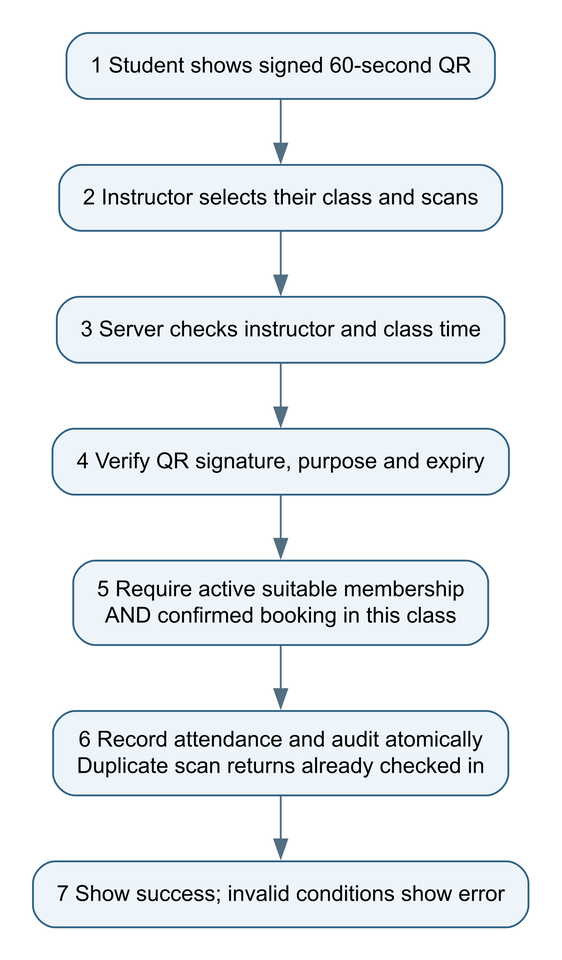
The Graphviz diagram docs/diagrams/07-gate-sequence.png in 3latw/GymPassJUST, before a commit. Its source is kept beside it as docs/diagrams/07-gate-sequence.dot.
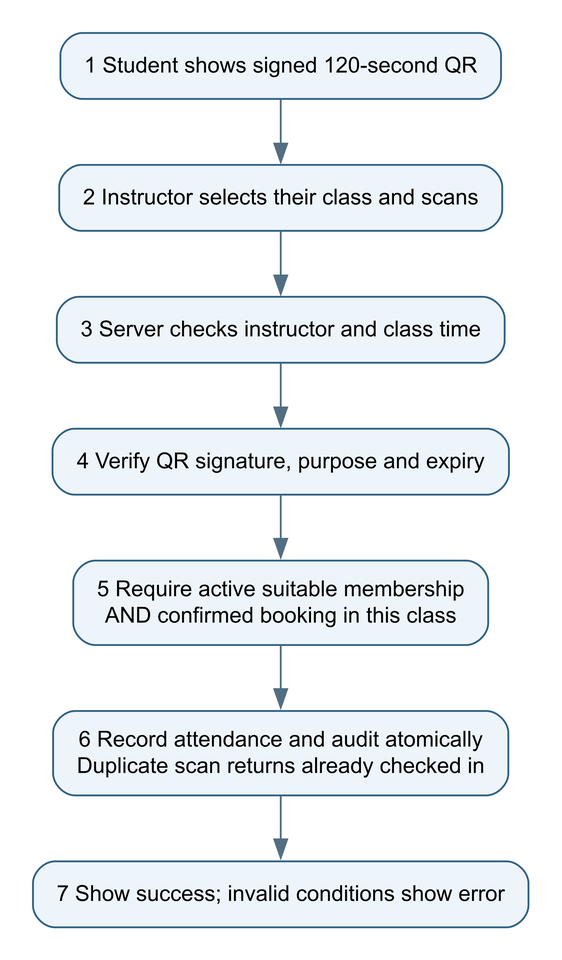
After the change.

What changed in the source:
```diff
@@ -1,3 +1,3 @@
-digraph G {rankdir=TB;graph[bgcolor="white",pad=.25,nodesep=.4,ranksep=.5];node[shape=box,style="rounded,filled",fillcolor="#edf4fa",color="#306284",fontname="Arial",fontsize=12,margin=".18,.12"];edge[fontname="Arial",fontsize=10,color="#526e81"];a[label="1 Student shows signed 60-second QR"];b[label="2 Instructor selects their class and scans"];c[label="3 Server checks instructor and class time"];d[label="4 Verify QR signature, purpose and expiry"];e[label="5 Require active suitable membership
+digraph G {rankdir=TB;graph[bgcolor="white",pad=.25,nodesep=.4,ranksep=.5];node[shape=box,style="rounded,filled",fillcolor="#edf4fa",color="#306284",fontname="Arial",fontsize=12,margin=".18,.12"];edge[fontname="Arial",fontsize=10,color="#526e81"];a[label="1 Student shows signed 120-second QR"];b[label="2 Instructor selects their class and scans"];c[label="3 Server checks instructor and class time"];d[label="4 Verify QR signature, purpose and expiry"];e[label="5 Require active suitable membership
 AND confirmed booking in this class"];f[label="6 Record attendance and audit atomically
 Duplicate scan returns already checked in"];g[label="7 Show success; invalid conditions show error"];a->b->c->d->e->f->g;}
```
